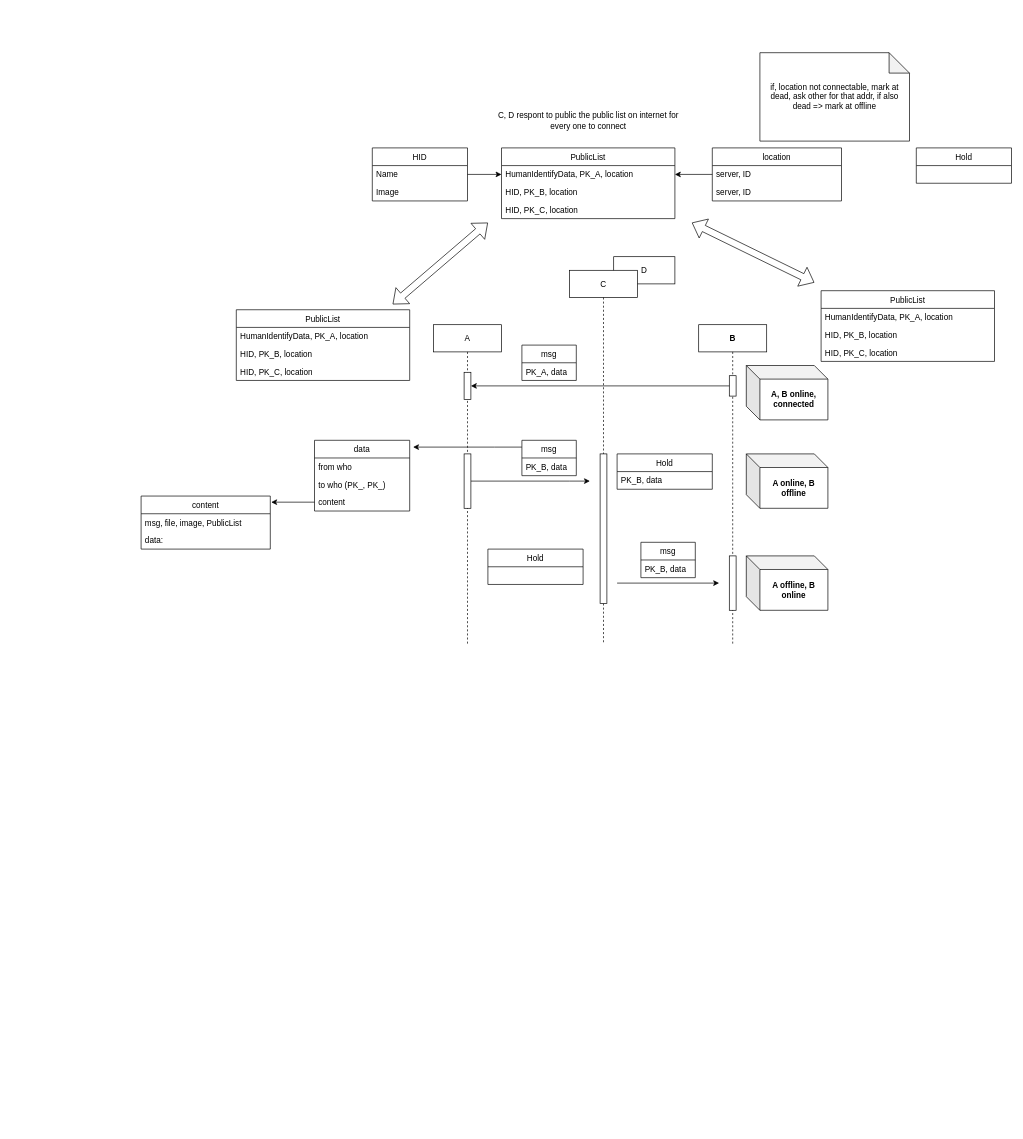
Above: diagram/packagediagram.drawio in NeighBorChat/NeighBorChat (draw.io), before the change. Source tidied: cells renumbered, new cells numbered last; positions are measured from the earlier drawing's top-left corner, leaving out a move shared by most shapes. Both pictures are drawn from the tidied source at 68%, with x=0, y=0 at pixel (141, 52).
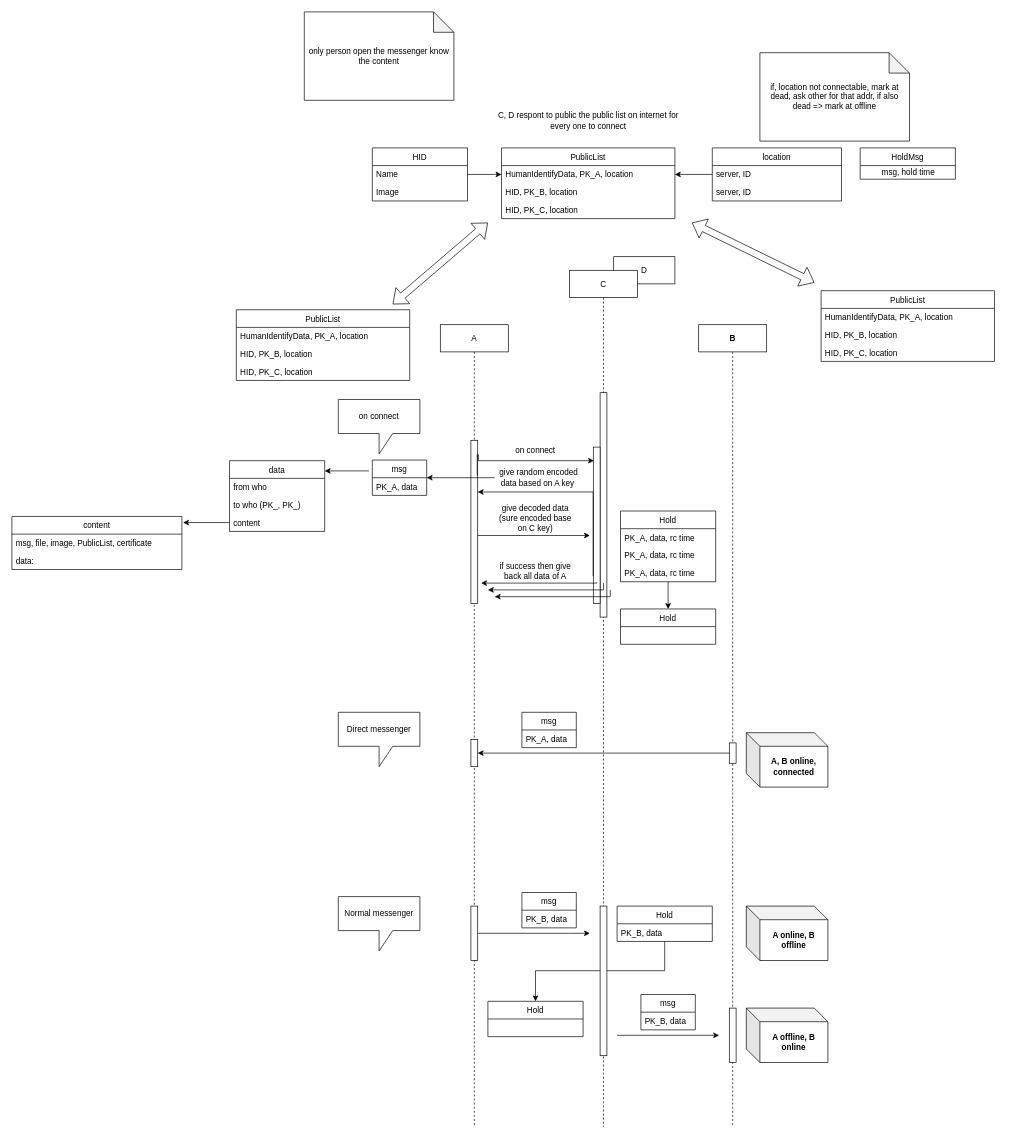
Above is the later version.

Diff of the diagram source:
```diff
@@
     <mxCell id="3" value="A" style="shape=umlLifeline;perimeter=lifelinePerimeter;rounded=0;shadow=0;strokeWidth=1;" parent="1" vertex="1">
-      <mxGeometry x="430" y="400" width="100" height="470" as="geometry" />
+      <mxGeometry x="440" y="400" width="100" height="1180" as="geometry" />
     </mxCell>
     <mxCell id="4" style="points=[];perimeter=orthogonalPerimeter;rounded=0;shadow=0;strokeWidth=1;" parent="3" vertex="1">
-      <mxGeometry x="45" y="70" width="10" height="40" as="geometry" />
+      <mxGeometry x="45" y="610" width="10" height="40" as="geometry" />
     </mxCell>
+    <mxCell id="60" style="points=[];perimeter=orthogonalPerimeter;rounded=0;shadow=0;strokeWidth=1;" parent="3" vertex="1">
+      <mxGeometry x="45" y="170" width="10" height="240" as="geometry" />
+    </mxCell>
     <mxCell id="5" value="msg" style="swimlane;fontStyle=0;horizontal=1;startSize=26;" parent="1" vertex="1">
-      <mxGeometry x="560" y="430" width="80" height="52" as="geometry" />
+      <mxGeometry x="560" y="970" width="80" height="52" as="geometry" />
     </mxCell>
@@
     <mxCell id="7" value="B" style="shape=umlLifeline;perimeter=lifelinePerimeter;rounded=0;shadow=0;strokeWidth=1;fontStyle=1;" parent="1" vertex="1">
-      <mxGeometry x="820" y="400" width="100" height="470" as="geometry" />
+      <mxGeometry x="820" y="400" width="100" height="1180" as="geometry" />
     </mxCell>
     <mxCell id="8" style="points=[];perimeter=orthogonalPerimeter;rounded=0;shadow=0;strokeWidth=1;" parent="7" vertex="1">
-      <mxGeometry x="45" y="75" width="10" height="30" as="geometry" />
+      <mxGeometry x="45" y="615" width="10" height="30" as="geometry" />
     </mxCell>
     <mxCell id="9" style="perimeter=orthogonalPerimeter;rounded=0;shadow=0;strokeWidth=1;" parent="7" vertex="1">
-      <mxGeometry x="45" y="340" width="10" height="80" as="geometry" />
+      <mxGeometry x="45" y="1005" width="10" height="80" as="geometry" />
     </mxCell>
@@
+    <mxCell id="61" style="edgeStyle=orthogonalEdgeStyle;rounded=0;jettySize=auto;html=1;" parent="1" edge="1" source="19" target="42">
+      <mxGeometry relative="1" as="geometry">
+        <Array as="points">
+          <mxPoint x="770" y="1350" />
+          <mxPoint x="580" y="1350" />
+        </Array>
+      </mxGeometry>
+    </mxCell>
     <mxCell id="19" value="Hold" style="swimlane;fontStyle=0;horizontal=1;startSize=26;" parent="1" vertex="1">
-      <mxGeometry x="700" y="590" width="140" height="52" as="geometry" />
+      <mxGeometry x="700" y="1255" width="140" height="52" as="geometry" />
     </mxCell>
@@
     <mxCell id="21" value="C" style="shape=umlLifeline;perimeter=lifelinePerimeter;rounded=0;shadow=0;strokeWidth=1;" parent="1" vertex="1">
-      <mxGeometry x="630" y="320" width="100" height="550" as="geometry" />
+      <mxGeometry x="630" y="320" width="100" height="1260" as="geometry" />
     </mxCell>
     <mxCell id="22" style="perimeter=orthogonalPerimeter;rounded=0;shadow=0;strokeWidth=1;" parent="21" vertex="1">
-      <mxGeometry x="45" y="270" width="10" height="220" as="geometry" />
+      <mxGeometry x="45" y="935" width="10" height="220" as="geometry" />
     </mxCell>
+    <mxCell id="62" style="perimeter=orthogonalPerimeter;rounded=0;shadow=0;strokeWidth=1;" parent="21" vertex="1">
+      <mxGeometry x="45" y="180" width="10" height="330" as="geometry" />
+    </mxCell>
+    <mxCell id="63" style="points=[];perimeter=orthogonalPerimeter;rounded=0;shadow=0;strokeWidth=1;" parent="21" vertex="1">
+      <mxGeometry x="35" y="260" width="10" height="230" as="geometry" />
+    </mxCell>
     <mxCell id="23" value="&lt;span style=&quot;font-weight: 700&quot;&gt;A, B online, connected&lt;/span&gt;" style="shape=cube;whiteSpace=wrap;html=1;boundedLbl=1;backgroundOutline=1;darkOpacity=0.05;darkOpacity2=0.1;" parent="1" vertex="1">
-      <mxGeometry x="890" y="460" width="120" height="80" as="geometry" />
+      <mxGeometry x="890" y="1000" width="120" height="80" as="geometry" />
     </mxCell>
     <mxCell id="24" style="edgeStyle=orthogonalEdgeStyle;rounded=0;jettySize=auto;html=1;" parent="1" edge="1" source="25">
       <mxGeometry relative="1" as="geometry">
-        <mxPoint x="660" y="630" as="targetPoint" />
+        <mxPoint x="660" y="1295" as="targetPoint" />
         <Array as="points">
-          <mxPoint x="630" y="630" />
-          <mxPoint x="630" y="630" />
+          <mxPoint x="630" y="1295" />
+          <mxPoint x="630" y="1295" />
         </Array>
       </mxGeometry>
     </mxCell>
     <mxCell id="25" style="points=[];perimeter=orthogonalPerimeter;rounded=0;shadow=0;strokeWidth=1;" parent="1" vertex="1">
-      <mxGeometry x="475" y="590" width="10" height="80" as="geometry" />
+      <mxGeometry x="485" y="1255" width="10" height="80" as="geometry" />
     </mxCell>
     <mxCell id="26" value="&lt;span style=&quot;font-weight: 700&quot;&gt;A online, B offline&lt;/span&gt;" style="shape=cube;whiteSpace=wrap;html=1;boundedLbl=1;backgroundOutline=1;darkOpacity=0.05;darkOpacity2=0.1;" parent="1" vertex="1">
-      <mxGeometry x="890" y="590" width="120" height="80" as="geometry" />
+      <mxGeometry x="890" y="1255" width="120" height="80" as="geometry" />
     </mxCell>
-    <mxCell id="27" style="edgeStyle=orthogonalEdgeStyle;rounded=0;jettySize=auto;html=1;" parent="1" edge="1" source="28">
+    <mxCell id="27" style="edgeStyle=orthogonalEdgeStyle;rounded=0;orthogonalLoop=1;jettySize=auto;html=1;" parent="1" edge="1">
       <mxGeometry relative="1" as="geometry">
-        <mxPoint x="400" y="580" as="targetPoint" />
+        <mxPoint x="335" y="615" as="sourcePoint" />
+        <mxPoint x="270" y="615" as="targetPoint" />
         <Array as="points">
-          <mxPoint x="520" y="580" />
-          <mxPoint x="520" y="580" />
+          <mxPoint x="295" y="615" />
+          <mxPoint x="295" y="615" />
         </Array>
       </mxGeometry>
     </mxCell>
     <mxCell id="28" value="msg" style="swimlane;fontStyle=0;horizontal=1;startSize=26;" parent="1" vertex="1">
-      <mxGeometry x="560" y="570" width="80" height="52" as="geometry" />
+      <mxGeometry x="560" y="1235" width="80" height="52" as="geometry" />
     </mxCell>
@@
     <mxCell id="30" style="endArrow=classic;html=1;" parent="1" edge="1">
       <mxGeometry relative="1" as="geometry">
-        <mxPoint x="700" y="780" as="sourcePoint" />
-        <mxPoint x="850" y="780" as="targetPoint" />
+        <mxPoint x="700" y="1445" as="sourcePoint" />
+        <mxPoint x="850" y="1445" as="targetPoint" />
       </mxGeometry>
     </mxCell>
     <mxCell id="31" value="&lt;span style=&quot;font-weight: 700&quot;&gt;A offline, B online&lt;/span&gt;" style="shape=cube;whiteSpace=wrap;html=1;boundedLbl=1;backgroundOutline=1;darkOpacity=0.05;darkOpacity2=0.1;" parent="1" vertex="1">
-      <mxGeometry x="890" y="740" width="120" height="80" as="geometry" />
+      <mxGeometry x="890" y="1405" width="120" height="80" as="geometry" />
     </mxCell>
     <mxCell id="32" value="msg" style="swimlane;fontStyle=0;horizontal=1;startSize=26;" parent="1" vertex="1">
-      <mxGeometry x="735" y="720" width="80" height="52" as="geometry" />
+      <mxGeometry x="735" y="1385" width="80" height="52" as="geometry" />
     </mxCell>
@@
     <mxCell id="34" value="data" style="swimlane;fontStyle=0;horizontal=1;startSize=26;" parent="1" vertex="1">
-      <mxGeometry x="255" y="570" width="140" height="104" as="geometry" />
+      <mxGeometry x="130" y="600" width="140" height="104" as="geometry" />
     </mxCell>
@@
     <mxCell id="38" value="content" style="swimlane;fontStyle=0;horizontal=1;startSize=26;" parent="1" vertex="1">
-      <mxGeometry y="652" width="190" height="78" as="geometry" />
+      <mxGeometry x="-190" y="682" width="250" height="78" as="geometry" />
     </mxCell>
-    <mxCell id="39" value="msg, file, image, PublicList" style="text;strokeColor=none;fillColor=none;align=left;verticalAlign=top;spacingLeft=4;spacingRight=4;overflow=hidden;" parent="38" vertex="1">
-      <mxGeometry y="26" width="190" height="26" as="geometry" />
+    <mxCell id="39" value="msg, file, image, PublicList, certificate" style="text;strokeColor=none;fillColor=none;align=left;verticalAlign=top;spacingLeft=4;spacingRight=4;overflow=hidden;" parent="38" vertex="1">
+      <mxGeometry y="26" width="250" height="26" as="geometry" />
     </mxCell>
     <mxCell id="40" value="data: " style="text;strokeColor=none;fillColor=none;align=left;verticalAlign=top;spacingLeft=4;spacingRight=4;overflow=hidden;" parent="38" vertex="1">
-      <mxGeometry y="52" width="190" height="26" as="geometry" />
+      <mxGeometry y="52" width="250" height="26" as="geometry" />
     </mxCell>
@@
     <mxCell id="42" value="Hold" style="swimlane;fontStyle=0;horizontal=1;startSize=26;" parent="1" vertex="1">
-      <mxGeometry x="510" y="730" width="140" height="52" as="geometry" />
+      <mxGeometry x="510" y="1395" width="140" height="52" as="geometry" />
     </mxCell>
@@
-    <mxCell id="59" value="Hold" style="swimlane;fontStyle=0;horizontal=1;startSize=26;" parent="1" vertex="1">
-      <mxGeometry x="1140" y="140" width="140" height="52" as="geometry" />
+    <mxCell id="59" value="HoldMsg" style="swimlane;fontStyle=0;horizontal=1;startSize=26;" parent="1" vertex="1">
+      <mxGeometry x="1057.5" y="140" width="140" height="46" as="geometry" />
     </mxCell>
+    <mxCell id="64" value="msg, hold time" style="text;html=1;align=center;verticalAlign=middle;strokeColor=none;fillColor=none;" parent="59" vertex="1">
+      <mxGeometry y="26" width="140" height="20" as="geometry" />
+    </mxCell>
+    <mxCell id="65" value="only person open the messenger know the content" style="shape=note;whiteSpace=wrap;html=1;backgroundOutline=1;darkOpacity=0.05;" parent="1" vertex="1">
+      <mxGeometry x="240" y="-60" width="220" height="130" as="geometry" />
+    </mxCell>
+    <mxCell id="66" value="Direct messenger" style="shape=callout;whiteSpace=wrap;html=1;perimeter=calloutPerimeter;" parent="1" vertex="1">
+      <mxGeometry x="290" y="970" width="120" height="80" as="geometry" />
+    </mxCell>
+    <mxCell id="67" value="on connect" style="shape=callout;whiteSpace=wrap;html=1;perimeter=calloutPerimeter;" parent="1" vertex="1">
+      <mxGeometry x="290" y="510" width="120" height="80" as="geometry" />
+    </mxCell>
+    <mxCell id="68" style="edgeStyle=orthogonalEdgeStyle;rounded=0;jettySize=auto;html=1;exitX=0.926;exitY=0.215;exitDx=0;exitDy=0;exitPerimeter=0;" parent="1" edge="1" source="60">
+      <mxGeometry relative="1" as="geometry">
+        <mxPoint x="666" y="600" as="targetPoint" />
+        <Array as="points">
+          <mxPoint x="494" y="591" />
+          <mxPoint x="496" y="591" />
+          <mxPoint x="496" y="600" />
+          <mxPoint x="666" y="600" />
+        </Array>
+      </mxGeometry>
+    </mxCell>
+    <mxCell id="69" value="on connect" style="text;html=1;strokeColor=none;fillColor=none;align=center;verticalAlign=middle;whiteSpace=wrap;rounded=0;" parent="1" vertex="1">
+      <mxGeometry x="540" y="570" width="80" height="30" as="geometry" />
+    </mxCell>
+    <mxCell id="70" style="edgeStyle=orthogonalEdgeStyle;rounded=0;jettySize=auto;html=1;exitX=-0.021;exitY=0.825;exitDx=0;exitDy=0;exitPerimeter=0;" parent="1" edge="1" source="63" target="60">
+      <mxGeometry relative="1" as="geometry">
+        <Array as="points">
+          <mxPoint x="540" y="646" />
+          <mxPoint x="540" y="646" />
+        </Array>
+      </mxGeometry>
+    </mxCell>
+    <mxCell id="71" style="edgeStyle=orthogonalEdgeStyle;rounded=0;jettySize=auto;html=1;entryX=1;entryY=0.5;entryDx=0;entryDy=0;" parent="1" edge="1" source="72" target="75">
+      <mxGeometry relative="1" as="geometry" />
+    </mxCell>
+    <mxCell id="72" value="give random encoded data based on A key&amp;nbsp;" style="text;html=1;strokeColor=none;fillColor=none;align=center;verticalAlign=middle;whiteSpace=wrap;rounded=0;" parent="1" vertex="1">
+      <mxGeometry x="520" y="610" width="130" height="30" as="geometry" />
+    </mxCell>
+    <mxCell id="73" style="edgeStyle=orthogonalEdgeStyle;rounded=0;jettySize=auto;html=1;" parent="1" edge="1" source="60">
+      <mxGeometry relative="1" as="geometry">
+        <mxPoint x="660" y="710" as="targetPoint" />
+        <Array as="points">
+          <mxPoint x="660" y="710" />
+        </Array>
+      </mxGeometry>
+    </mxCell>
+    <mxCell id="74" value="give decoded data (sure encoded base on C key)" style="text;html=1;strokeColor=none;fillColor=none;align=center;verticalAlign=middle;whiteSpace=wrap;rounded=0;" parent="1" vertex="1">
+      <mxGeometry x="525" y="670" width="110" height="30" as="geometry" />
+    </mxCell>
+    <mxCell id="75" value="msg" style="swimlane;fontStyle=0;horizontal=1;startSize=26;" parent="1" vertex="1">
+      <mxGeometry x="340" y="599" width="80" height="52" as="geometry" />
+    </mxCell>
+    <mxCell id="76" value="PK_A, data" style="text;strokeColor=none;fillColor=none;align=left;verticalAlign=top;spacingLeft=4;spacingRight=4;overflow=hidden;" parent="75" vertex="1">
+      <mxGeometry y="26" width="80" height="26" as="geometry" />
+    </mxCell>
+    <mxCell id="77" style="edgeStyle=orthogonalEdgeStyle;rounded=0;jettySize=auto;html=1;exitX=0.5;exitY=0.864;exitDx=0;exitDy=0;exitPerimeter=0;" parent="1" edge="1" source="63">
+      <mxGeometry relative="1" as="geometry">
+        <mxPoint x="500" y="780" as="targetPoint" />
+        <Array as="points">
+          <mxPoint x="670" y="780" />
+        </Array>
+      </mxGeometry>
+    </mxCell>
+    <mxCell id="78" style="edgeStyle=orthogonalEdgeStyle;rounded=0;orthogonalLoop=1;jettySize=auto;html=1;exitX=0.5;exitY=0.864;exitDx=0;exitDy=0;exitPerimeter=0;" parent="1" edge="1">
+      <mxGeometry relative="1" as="geometry">
+        <mxPoint x="680" y="780.1" as="sourcePoint" />
+        <mxPoint x="510" y="790" as="targetPoint" />
+        <Array as="points">
+          <mxPoint x="680" y="790" />
+        </Array>
+      </mxGeometry>
+    </mxCell>
+    <mxCell id="79" style="edgeStyle=orthogonalEdgeStyle;rounded=0;orthogonalLoop=1;jettySize=auto;html=1;exitX=0.5;exitY=0.864;exitDx=0;exitDy=0;exitPerimeter=0;" parent="1" edge="1">
+      <mxGeometry relative="1" as="geometry">
+        <mxPoint x="690" y="790.1" as="sourcePoint" />
+        <mxPoint x="520" y="800" as="targetPoint" />
+        <Array as="points">
+          <mxPoint x="690" y="800" />
+        </Array>
+      </mxGeometry>
+    </mxCell>
+    <mxCell id="80" style="edgeStyle=orthogonalEdgeStyle;rounded=0;jettySize=auto;html=1;entryX=0.5;entryY=0;entryDx=0;entryDy=0;" parent="1" edge="1" source="81" target="86">
+      <mxGeometry relative="1" as="geometry" />
+    </mxCell>
+    <mxCell id="81" value="Hold" style="swimlane;fontStyle=0;horizontal=1;startSize=26;" parent="1" vertex="1">
+      <mxGeometry x="705" y="674" width="140" height="104" as="geometry" />
+    </mxCell>
+    <mxCell id="82" value="PK_A, data, rc time" style="text;strokeColor=none;fillColor=none;align=left;verticalAlign=top;spacingLeft=4;spacingRight=4;overflow=hidden;" parent="81" vertex="1">
+      <mxGeometry y="26" width="140" height="26" as="geometry" />
+    </mxCell>
+    <mxCell id="83" value="PK_A, data, rc time" style="text;strokeColor=none;fillColor=none;align=left;verticalAlign=top;spacingLeft=4;spacingRight=4;overflow=hidden;" parent="81" vertex="1">
+      <mxGeometry y="52" width="140" height="26" as="geometry" />
+    </mxCell>
+    <mxCell id="84" value="PK_A, data, rc time" style="text;strokeColor=none;fillColor=none;align=left;verticalAlign=top;spacingLeft=4;spacingRight=4;overflow=hidden;" parent="81" vertex="1">
+      <mxGeometry y="78" width="140" height="26" as="geometry" />
+    </mxCell>
+    <mxCell id="85" value="if success then give back all data of A" style="text;html=1;strokeColor=none;fillColor=none;align=center;verticalAlign=middle;whiteSpace=wrap;rounded=0;" parent="1" vertex="1">
+      <mxGeometry x="525" y="748" width="110" height="30" as="geometry" />
+    </mxCell>
+    <mxCell id="86" value="Hold" style="swimlane;fontStyle=0;horizontal=1;startSize=26;" parent="1" vertex="1">
+      <mxGeometry x="705" y="818" width="140" height="52" as="geometry" />
+    </mxCell>
+    <mxCell id="87" value="Normal messenger" style="shape=callout;whiteSpace=wrap;html=1;perimeter=calloutPerimeter;" parent="1" vertex="1">
+      <mxGeometry x="290" y="1241" width="120" height="80" as="geometry" />
+    </mxCell>
```
